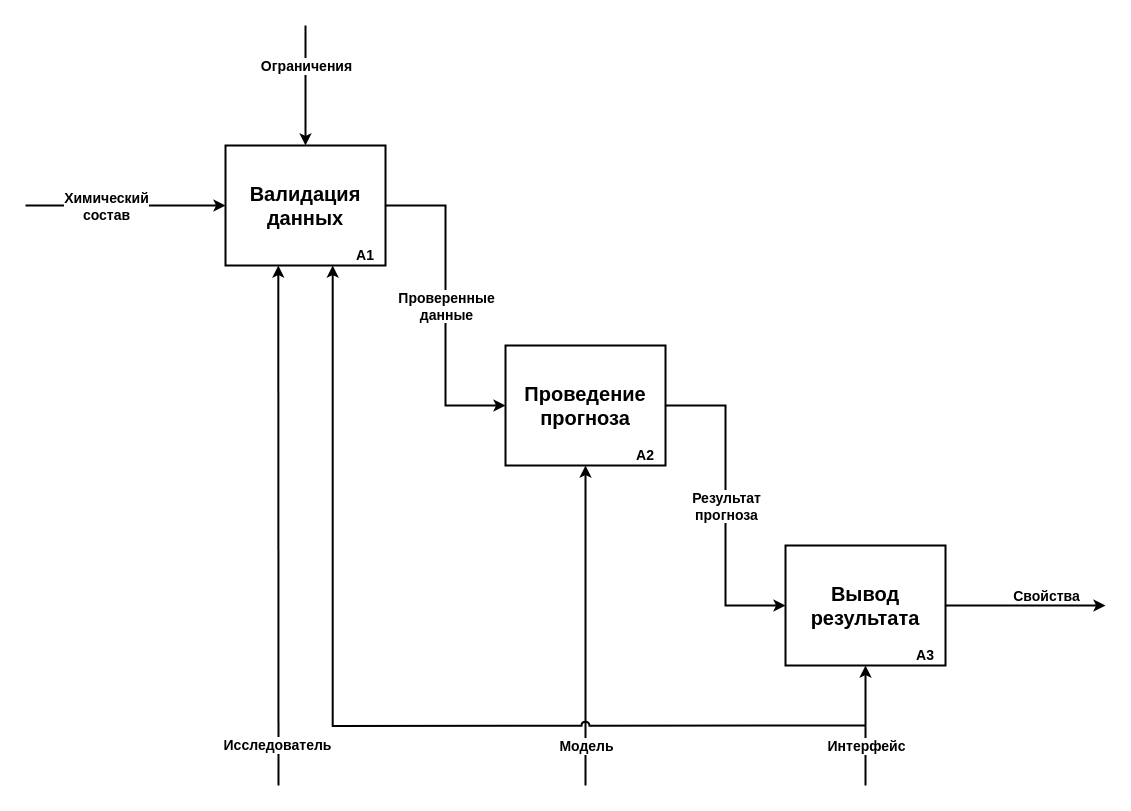
Earlier version of the draw.io diagram page "IDEF0 (A0)" (2 of 2) of ВКР, отчет/ВКР, приложение/ВКР, IDEF0.drawio (Cyber-Limon/Final_qualifying_work___Diploma). Source tidied: cells renumbered, new cells numbered last; positions are measured from the earlier drawing's top-left corner, leaving out a move shared by most shapes. Both pictures are drawn from the tidied source at 100%, with x=0, y=0 at pixel (25, 25).
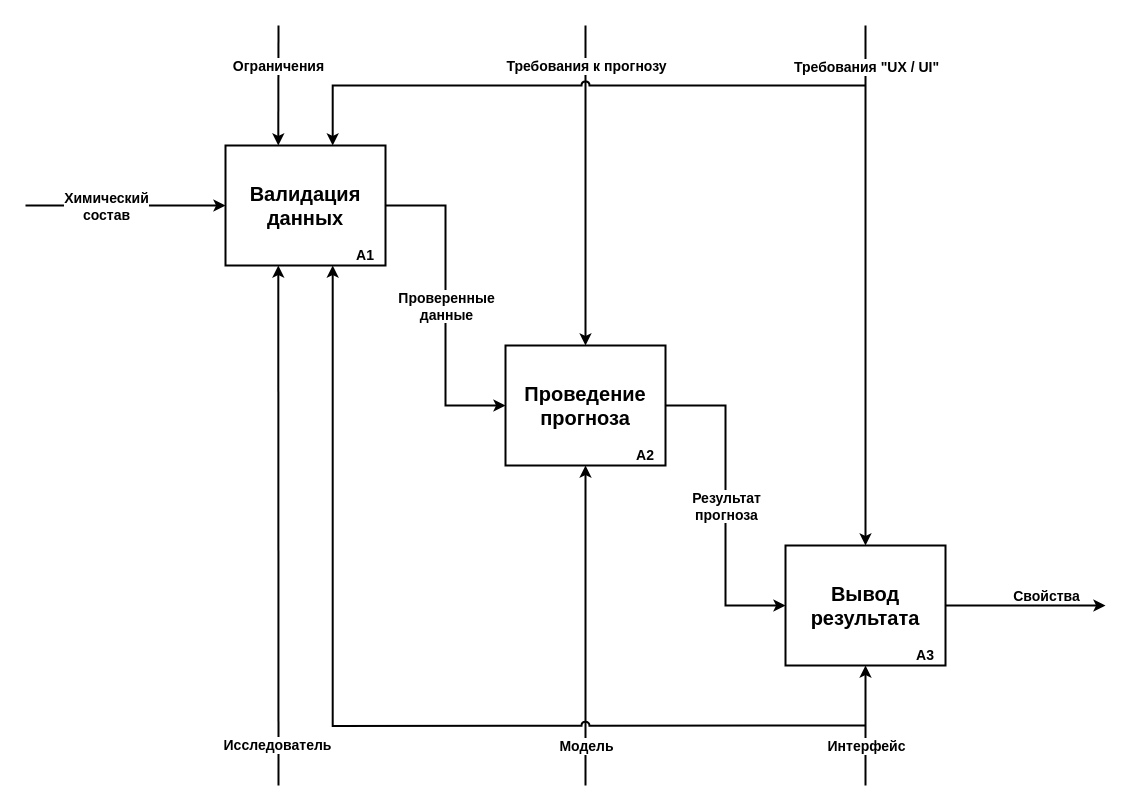
The same page after the edit.

Unchanged cells that the change refers to:
```xml
<mxCell id="4" value="&lt;font style=&quot;font-size: 20px;&quot;&gt;&lt;b style=&quot;&quot;&gt;Проведение прогноза&lt;/b&gt;&lt;/font&gt;" style="rounded=0;whiteSpace=wrap;html=1;strokeWidth=2;" parent="1" vertex="1">
  <mxGeometry x="480" y="320" width="160" height="120" as="geometry" />
</mxCell>
<mxCell id="6" value="&lt;span style=&quot;font-size: 20px;&quot;&gt;&lt;b&gt;Вывод результата&lt;/b&gt;&lt;/span&gt;" style="rounded=0;whiteSpace=wrap;html=1;strokeWidth=2;points=[[0,0,0,0,0],[0,0.25,0,0,0],[0,0.5,0,0,0],[0,0.75,0,0,0],[0.25,0,0,0,0],[0.5,0,0,0,0],[0.5,1,0,0,0],[0.75,0,0,0,0],[1,0,0,0,0],[1,0.25,0,0,0],[1,0.5,0,0,0],[1,0.75,0,0,0]];" parent="1" vertex="1">
  <mxGeometry x="760" y="520" width="160" height="120" as="geometry" />
</mxCell>
```

Diff of the diagram source:
```diff
@@
-    <mxCell id="2" value="&lt;span style=&quot;font-size: 20px;&quot;&gt;&lt;b&gt;Валидация данных&lt;/b&gt;&lt;/span&gt;" style="rounded=0;whiteSpace=wrap;html=1;strokeWidth=2;points=[[0,0,0,0,0],[0,0.25,0,0,0],[0,0.5,0,0,0],[0,0.75,0,0,0],[0.25,0,0,0,0],[0.33,1,0,0,0],[0.5,0,0,0,0],[0.67,1,0,0,0],[0.75,0,0,0,0],[1,0,0,0,0],[1,0.25,0,0,0],[1,0.5,0,0,0],[1,0.75,0,0,0]];" parent="1" vertex="1">
+    <mxCell id="2" value="&lt;span style=&quot;font-size: 20px;&quot;&gt;&lt;b&gt;Валидация данных&lt;/b&gt;&lt;/span&gt;" style="rounded=0;whiteSpace=wrap;html=1;strokeWidth=2;points=[[0,0.25,0,0,0],[0,0.5,0,0,0],[0,0.75,0,0,0],[0.33,0,0,0,0],[0.33,1,0,0,0],[0.67,0,0,0,0],[0.67,1,0,0,0],[1,0.25,0,0,0],[1,0.5,0,0,0],[1,0.75,0,0,0]];" parent="1" vertex="1">
       <mxGeometry x="200" y="120" width="160" height="120" as="geometry" />
     </mxCell>
@@
-    <mxCell id="16" style="endArrow=classic;html=1;rounded=0;strokeWidth=2;entryX=0.5;entryY=0;entryDx=0;entryDy=0;" parent="1" edge="1" target="2">
+    <mxCell id="16" style="endArrow=classic;html=1;rounded=0;strokeWidth=2;entryX=0.33;entryY=0;entryDx=0;entryDy=0;entryPerimeter=0;" parent="1" edge="1" target="2">
       <mxGeometry relative="1" as="geometry">
-        <mxPoint x="280" as="sourcePoint" />
+        <mxPoint x="253" as="sourcePoint" />
       </mxGeometry>
     </mxCell>
@@
+    <mxCell id="25" style="endArrow=classic;html=1;rounded=0;strokeWidth=2;entryX=0.5;entryY=0;entryDx=0;entryDy=0;entryPerimeter=0;" parent="1" edge="1" target="6">
+      <mxGeometry relative="1" as="geometry">
+        <mxPoint x="840" as="sourcePoint" />
+      </mxGeometry>
+    </mxCell>
+    <mxCell id="26" value="Требования &quot;UX / UI&quot;" style="edgeLabel;html=1;align=center;verticalAlign=middle;fontSize=14;fontStyle=1;labelBackgroundColor=#FFFFFF;" parent="25" vertex="1">
+      <mxGeometry x="-0.21" y="1" relative="1" as="geometry">
+        <mxPoint x="-1" y="-164" as="offset" />
+      </mxGeometry>
+    </mxCell>
+    <mxCell id="27" style="endArrow=classic;html=1;rounded=0;strokeWidth=2;entryX=0.5;entryY=0;entryDx=0;entryDy=0;jumpStyle=none;" parent="1" edge="1" target="4">
+      <mxGeometry relative="1" as="geometry">
+        <mxPoint x="560" as="sourcePoint" />
+      </mxGeometry>
+    </mxCell>
+    <mxCell id="28" value="Требования к прогнозу" style="edgeLabel;html=1;align=center;verticalAlign=middle;fontSize=14;fontStyle=1;labelBackgroundColor=#FFFFFF;" parent="27" vertex="1">
+      <mxGeometry x="-0.21" y="1" relative="1" as="geometry">
+        <mxPoint x="-1" y="-86" as="offset" />
+      </mxGeometry>
+    </mxCell>
+    <mxCell id="29" style="endArrow=classic;html=1;rounded=0;strokeWidth=2;edgeStyle=orthogonalEdgeStyle;jumpStyle=arc;entryX=0.67;entryY=0;entryDx=0;entryDy=0;entryPerimeter=0;" parent="1" edge="1" target="2">
+      <mxGeometry relative="1" as="geometry">
+        <mxPoint x="840" y="60" as="sourcePoint" />
+        <Array as="points">
+          <mxPoint x="307" y="60" />
+        </Array>
+      </mxGeometry>
+    </mxCell>
```
